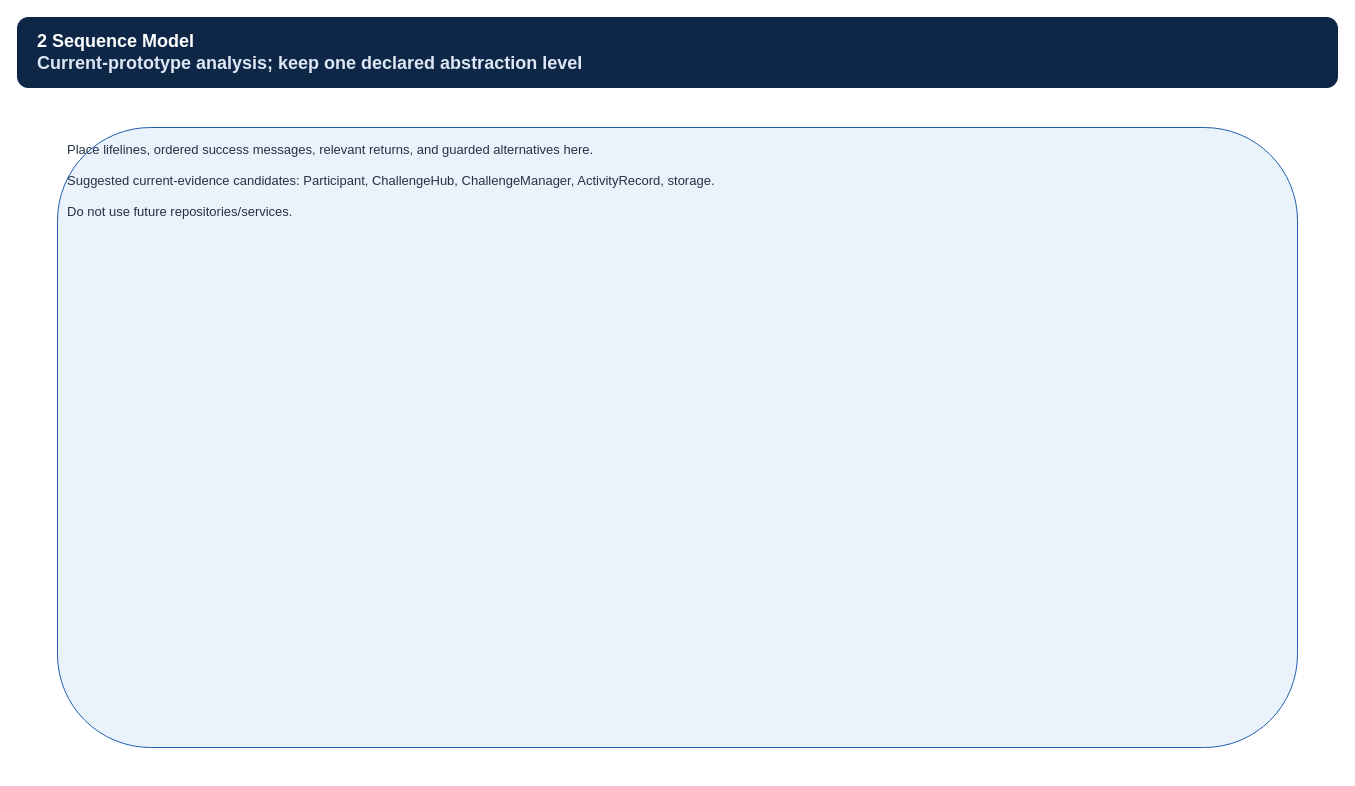
The draw.io diagram page "2 Sequence Model" (2 of 5) of outputs/Final_Project/Team01_ProjectOutput2_InteractionBehavioral.drawio in rjhylb/ChallengeHub, before the edit. Source tidied: cells renumbered, new cells numbered last; positions are measured from the earlier drawing's top-left corner, leaving out a move shared by most shapes. Both pictures are drawn from the tidied source at 100%, with x=0, y=0 at pixel (17, 17).
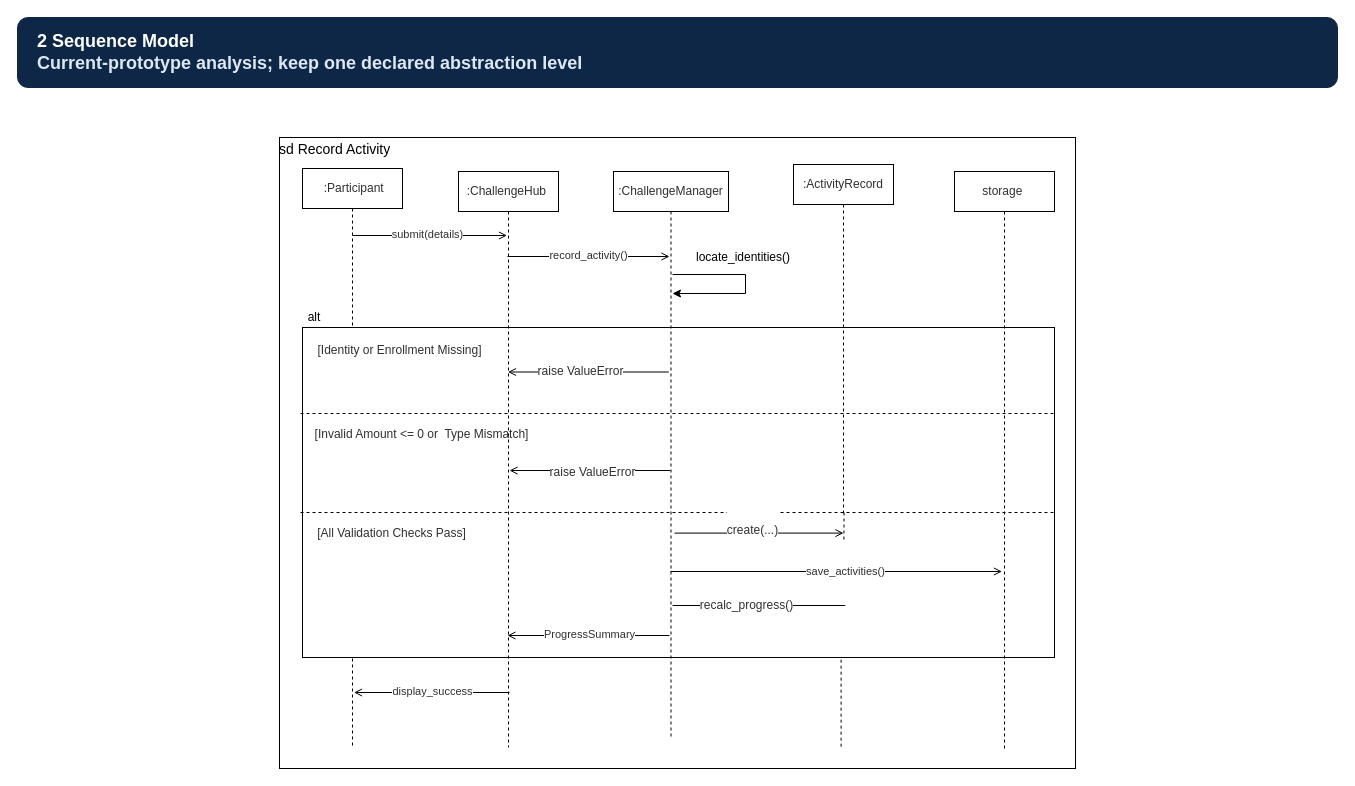
After the change.

The edit, as a diff of the source:
```diff
@@
-    <mxCell id="3" value="Place lifelines, ordered success messages, relevant returns, and guarded alternatives here.&lt;br&gt;&lt;br&gt;Suggested current-evidence candidates: Participant, ChallengeHub, ChallengeManager, ActivityRecord, storage.&lt;br&gt;&lt;br&gt;Do not use future repositories/services." style="rounded=1;whiteSpace=wrap;html=1;fillColor=#eaf2fb;strokeColor=#1f5fae;fontColor=#243247;fontSize=13;align=left;verticalAlign=top;spacing=10;" parent="1" vertex="1">
-      <mxGeometry x="40" y="110" width="1240" height="620" as="geometry" />
-    </mxCell>
+    <mxCell id="4" value="&lt;p style=&quot;margin: 4px 0px 0px;&quot;&gt;&lt;font style=&quot;font-size: 14px;&quot;&gt;sd Record Activity&lt;/font&gt;&lt;/p&gt;" style="verticalAlign=top;align=left;overflow=fill;html=1;whiteSpace=wrap;" parent="1" vertex="1">
+      <mxGeometry x="262" y="120" width="796" height="631" as="geometry" />
+    </mxCell>
+    <mxCell id="5" value="&lt;pre dir=&quot;ltr&quot; style=&quot;color: rgb(48, 48, 48); text-align: start; background-color: rgb(255, 255, 255);&quot;&gt;&lt;pre dir=&quot;ltr&quot; style=&quot;color: rgb(48, 48, 48); background-color: rgb(255, 255, 255);&quot;&gt;&lt;code&gt;&lt;font face=&quot;Helvetica&quot;&gt; :Participant&lt;/font&gt;&lt;/code&gt;&lt;/pre&gt;&lt;/pre&gt;" style="shape=umlLifeline;perimeter=lifelinePerimeter;whiteSpace=wrap;html=1;newEdgeStyle={&quot;edgeStyle&quot;:&quot;elbowEdgeStyle&quot;,&quot;elbow&quot;:&quot;vertical&quot;,&quot;curved&quot;:0,&quot;rounded&quot;:0};" parent="1" vertex="1">
+      <mxGeometry x="285" y="151" width="100" height="579" as="geometry" />
+    </mxCell>
+    <mxCell id="6" style="html=1;verticalAlign=bottom;startArrow=none;endArrow=open;endFill=0;rounded=0;" parent="1" edge="1">
+      <mxGeometry relative="1" as="geometry">
+        <mxPoint x="335" y="218" as="sourcePoint" />
+        <mxPoint x="489.5" y="218" as="targetPoint" />
+      </mxGeometry>
+    </mxCell>
+    <mxCell id="7" value="&lt;pre dir=&quot;ltr&quot; style=&quot;color: rgb(48, 48, 48); text-align: start;&quot;&gt;&lt;code style=&quot;&quot;&gt;&lt;font face=&quot;Helvetica&quot;&gt;submit(details)&lt;/font&gt;&lt;/code&gt;&lt;/pre&gt;" style="edgeLabel;html=1;align=center;verticalAlign=middle;" parent="6" vertex="1">
+      <mxGeometry x="-0.04" y="1" relative="1" as="geometry" />
+    </mxCell>
+    <mxCell id="8" style="html=1;verticalAlign=bottom;startArrow=none;endArrow=open;endFill=0;rounded=0;" parent="1" edge="1">
+      <mxGeometry relative="1" as="geometry">
+        <mxPoint x="490" y="239" as="sourcePoint" />
+        <mxPoint x="652" y="239" as="targetPoint" />
+      </mxGeometry>
+    </mxCell>
+    <mxCell id="9" value="&lt;pre dir=&quot;ltr&quot; style=&quot;color: rgb(48, 48, 48); text-align: start;&quot;&gt;&lt;code style=&quot;&quot;&gt;&lt;font face=&quot;Helvetica&quot;&gt;record_activity()&lt;/font&gt;&lt;/code&gt;&lt;/pre&gt;" style="edgeLabel;html=1;align=center;verticalAlign=middle;" parent="8" vertex="1">
+      <mxGeometry x="-0.16" relative="1" as="geometry">
+        <mxPoint x="12" y="-1" as="offset" />
+      </mxGeometry>
+    </mxCell>
+    <mxCell id="10" style="html=1;whiteSpace=wrap;" parent="1" vertex="1">
+      <mxGeometry x="285" y="310" width="752" height="330" as="geometry" />
+    </mxCell>
+    <mxCell id="11" value="alt" style="text;html=1;whiteSpace=wrap;strokeColor=none;fillColor=none;align=center;verticalAlign=middle;rounded=0;" parent="1" vertex="1">
+      <mxGeometry x="277" y="285" width="40" height="30" as="geometry" />
+    </mxCell>
+    <mxCell id="12" style="endArrow=none;dashed=1;html=1;rounded=0;exitX=0;exitY=0.116;exitDx=0;exitDy=0;exitPerimeter=0;entryX=1.003;entryY=0.113;entryDx=0;entryDy=0;entryPerimeter=0;" parent="1" edge="1">
+      <mxGeometry relative="1" as="geometry">
+        <mxPoint x="283" y="396" as="sourcePoint" />
+        <mxPoint x="1037" y="396" as="targetPoint" />
+      </mxGeometry>
+    </mxCell>
+    <mxCell id="13" style="endArrow=none;dashed=1;html=1;rounded=0;exitX=0;exitY=0.116;exitDx=0;exitDy=0;exitPerimeter=0;entryX=1.003;entryY=0.113;entryDx=0;entryDy=0;entryPerimeter=0;" parent="1" edge="1">
+      <mxGeometry relative="1" as="geometry">
+        <mxPoint x="283" y="495" as="sourcePoint" />
+        <mxPoint x="1037" y="495" as="targetPoint" />
+      </mxGeometry>
+    </mxCell>
+    <mxCell id="14" value="&lt;pre dir=&quot;ltr&quot; style=&quot;color: rgb(48, 48, 48); text-align: start; background-color: rgb(255, 255, 255);&quot;&gt;&lt;code style=&quot;&quot;&gt;&lt;font face=&quot;Helvetica&quot;&gt;[Identity or Enrollment Missing]&lt;/font&gt;&lt;/code&gt;&lt;/pre&gt;" style="text;html=1;whiteSpace=wrap;strokeColor=none;fillColor=none;align=center;verticalAlign=middle;rounded=0;" parent="1" vertex="1">
+      <mxGeometry x="282" y="318" width="201" height="30" as="geometry" />
+    </mxCell>
+    <mxCell id="15" value="&lt;pre dir=&quot;ltr&quot; style=&quot;color: rgb(48, 48, 48); text-align: start; background-color: rgb(255, 255, 255);&quot;&gt;&lt;pre dir=&quot;ltr&quot; style=&quot;&quot;&gt;&lt;code style=&quot;&quot;&gt;&lt;font face=&quot;Helvetica&quot;&gt;[Invalid Amount &amp;lt;= 0 or  Type Mismatch]&lt;/font&gt;&lt;/code&gt;&lt;/pre&gt;&lt;/pre&gt;" style="text;html=1;whiteSpace=wrap;strokeColor=none;fillColor=none;align=center;verticalAlign=middle;rounded=0;" parent="1" vertex="1">
+      <mxGeometry x="304" y="402" width="201" height="30" as="geometry" />
+    </mxCell>
+    <mxCell id="16" value="&lt;pre dir=&quot;ltr&quot; style=&quot;color: rgb(48, 48, 48); text-align: start; background-color: rgb(255, 255, 255);&quot;&gt;&lt;pre dir=&quot;ltr&quot; style=&quot;&quot;&gt;&lt;pre dir=&quot;ltr&quot; style=&quot;&quot;&gt;&lt;code style=&quot;&quot;&gt;&lt;font face=&quot;Helvetica&quot;&gt;[All Validation Checks Pass]&lt;/font&gt;&lt;/code&gt;&lt;/pre&gt;&lt;/pre&gt;&lt;/pre&gt;" style="text;html=1;whiteSpace=wrap;strokeColor=none;fillColor=none;align=center;verticalAlign=middle;rounded=0;" parent="1" vertex="1">
+      <mxGeometry x="274" y="501" width="201" height="30" as="geometry" />
+    </mxCell>
+    <mxCell id="17" value="&lt;pre dir=&quot;ltr&quot; style=&quot;color: rgb(48, 48, 48); text-align: start; background-color: rgb(255, 255, 255);&quot;&gt;&lt;code style=&quot;&quot;&gt;&lt;font face=&quot;Helvetica&quot;&gt;:ChallengeHub &lt;/font&gt;&lt;/code&gt;&lt;/pre&gt;" style="shape=umlLifeline;perimeter=lifelinePerimeter;whiteSpace=wrap;html=1;outlineConnect=0;portConstraint=eastwest;newEdgeStyle={&quot;edgeStyle&quot;:&quot;elbowEdgeStyle&quot;,&quot;elbow&quot;:&quot;vertical&quot;,&quot;curved&quot;:0,&quot;rounded&quot;:0};" parent="1" vertex="1">
+      <mxGeometry x="441" y="154" width="100" height="576" as="geometry" />
+    </mxCell>
+    <mxCell id="18" value="&lt;pre dir=&quot;ltr&quot; style=&quot;color: rgb(48, 48, 48); text-align: start; background-color: rgb(255, 255, 255);&quot;&gt;&lt;pre dir=&quot;ltr&quot; style=&quot;&quot;&gt;&lt;code style=&quot;&quot;&gt;&lt;font face=&quot;Helvetica&quot;&gt;:ChallengeManager&lt;/font&gt;&lt;/code&gt;&lt;/pre&gt;&lt;/pre&gt;" style="shape=umlLifeline;perimeter=lifelinePerimeter;whiteSpace=wrap;html=1;newEdgeStyle={&quot;edgeStyle&quot;:&quot;elbowEdgeStyle&quot;,&quot;elbow&quot;:&quot;vertical&quot;,&quot;curved&quot;:0,&quot;rounded&quot;:0};" parent="1" vertex="1">
+      <mxGeometry x="596" y="154" width="115" height="568" as="geometry" />
+    </mxCell>
+    <mxCell id="19" value="&lt;pre dir=&quot;ltr&quot; style=&quot;color: rgb(48, 48, 48); font-style: normal; font-variant-ligatures: normal; font-variant-caps: normal; font-weight: 400; letter-spacing: normal; orphans: 2; text-indent: 0px; text-transform: none; widows: 2; word-spacing: 0px; -webkit-text-stroke-width: 0px; background-color: rgb(255, 255, 255); text-decoration-thickness: initial; text-decoration-style: initial; text-decoration-color: initial;&quot;&gt;&lt;pre dir=&quot;ltr&quot; style=&quot;&quot;&gt;&lt;code style=&quot;&quot;&gt;&lt;font face=&quot;Helvetica&quot;&gt;storage &lt;/font&gt;&lt;/code&gt;&lt;/pre&gt;&lt;/pre&gt;" style="shape=umlLifeline;perimeter=lifelinePerimeter;whiteSpace=wrap;html=1;newEdgeStyle={&quot;edgeStyle&quot;:&quot;elbowEdgeStyle&quot;,&quot;elbow&quot;:&quot;vertical&quot;,&quot;curved&quot;:0,&quot;rounded&quot;:0};align=center;verticalAlign=middle;" parent="1" vertex="1">
+      <mxGeometry x="937" y="154" width="100" height="579" as="geometry" />
+    </mxCell>
+    <mxCell id="20" style="html=1;verticalAlign=bottom;startArrow=none;endArrow=open;endFill=0;rounded=0;" parent="1" edge="1" target="17">
+      <mxGeometry relative="1" as="geometry">
+        <mxPoint x="651.3" y="354.5" as="sourcePoint" />
+      </mxGeometry>
+    </mxCell>
+    <mxCell id="21" value="&lt;pre dir=&quot;ltr&quot; style=&quot;color: rgb(48, 48, 48); text-align: start;&quot;&gt;&lt;pre dir=&quot;ltr&quot; style=&quot;&quot;&gt;&lt;code style=&quot;&quot;&gt;&lt;font face=&quot;Helvetica&quot; style=&quot;font-size: 12px;&quot;&gt;raise ValueError&lt;br&gt;&lt;br&gt;&lt;/font&gt;&lt;/code&gt;&lt;/pre&gt;&lt;/pre&gt;" style="edgeLabel;html=1;align=center;verticalAlign=middle;" parent="20" vertex="1">
+      <mxGeometry x="-0.14" relative="1" as="geometry">
+        <mxPoint x="-20" y="7" as="offset" />
+      </mxGeometry>
+    </mxCell>
+    <mxCell id="22" style="html=1;verticalAlign=bottom;startArrow=none;endArrow=open;endFill=0;rounded=0;" parent="1" edge="1">
+      <mxGeometry relative="1" as="geometry">
+        <mxPoint x="652.8" y="453" as="sourcePoint" />
+        <mxPoint x="492" y="453" as="targetPoint" />
+      </mxGeometry>
+    </mxCell>
+    <mxCell id="23" value="&lt;pre dir=&quot;ltr&quot; style=&quot;color: rgb(48, 48, 48); text-align: start;&quot;&gt;&lt;pre dir=&quot;ltr&quot; style=&quot;&quot;&gt;&lt;pre dir=&quot;ltr&quot; style=&quot;&quot;&gt;&lt;code style=&quot;&quot;&gt;&lt;font face=&quot;Helvetica&quot; style=&quot;font-size: 12px;&quot;&gt;raise ValueError&lt;/font&gt;&lt;/code&gt;&lt;/pre&gt;&lt;/pre&gt;&lt;/pre&gt;" style="edgeLabel;html=1;align=center;verticalAlign=middle;" parent="22" vertex="1">
+      <mxGeometry x="-0.14" relative="1" as="geometry">
+        <mxPoint x="-9" y="1" as="offset" />
+      </mxGeometry>
+    </mxCell>
+    <mxCell id="24" style="endArrow=none;dashed=1;html=1;rounded=0;exitX=0.474;exitY=0.999;exitDx=0;exitDy=0;exitPerimeter=0;" parent="1" edge="1">
+      <mxGeometry relative="1" as="geometry">
+        <mxPoint x="826" y="576" as="sourcePoint" />
+        <mxPoint x="826.6" y="493.4" as="targetPoint" />
+      </mxGeometry>
+    </mxCell>
+    <mxCell id="25" style="html=1;verticalAlign=bottom;startArrow=none;endArrow=open;endFill=0;rounded=0;" parent="1" edge="1">
+      <mxGeometry relative="1" as="geometry">
+        <mxPoint x="652" y="618" as="sourcePoint" />
+        <mxPoint x="490" y="618" as="targetPoint" />
+      </mxGeometry>
+    </mxCell>
+    <mxCell id="26" value="&lt;pre dir=&quot;ltr&quot; style=&quot;color: rgb(48, 48, 48); text-align: start;&quot;&gt;&lt;pre dir=&quot;ltr&quot; style=&quot;&quot;&gt;&lt;code style=&quot;&quot;&gt;&lt;font face=&quot;Helvetica&quot;&gt;ProgressSummary&lt;/font&gt;&lt;/code&gt;&lt;/pre&gt;&lt;/pre&gt;" style="edgeLabel;html=1;align=center;verticalAlign=middle;" parent="25" vertex="1">
+      <mxGeometry x="-0.16" relative="1" as="geometry">
+        <mxPoint x="-13" y="-1" as="offset" />
+      </mxGeometry>
+    </mxCell>
+    <mxCell id="27" style="html=1;verticalAlign=bottom;startArrow=none;endArrow=open;endFill=0;rounded=0;" parent="1" edge="1">
+      <mxGeometry relative="1" as="geometry">
+        <mxPoint x="492" y="675" as="sourcePoint" />
+        <mxPoint x="336.5" y="675" as="targetPoint" />
+      </mxGeometry>
+    </mxCell>
+    <mxCell id="28" value="&lt;pre dir=&quot;ltr&quot; style=&quot;color: rgb(48, 48, 48); text-align: start;&quot;&gt;&lt;pre dir=&quot;ltr&quot; style=&quot;&quot;&gt;&lt;code style=&quot;&quot;&gt;&lt;font face=&quot;Helvetica&quot;&gt;display_success&lt;/font&gt;&lt;/code&gt;&lt;/pre&gt;&lt;/pre&gt;" style="edgeLabel;html=1;align=center;verticalAlign=middle;" parent="27" vertex="1">
+      <mxGeometry x="-0.16" relative="1" as="geometry">
+        <mxPoint x="-13" y="-1" as="offset" />
+      </mxGeometry>
+    </mxCell>
+    <mxCell id="29" style="html=1;verticalAlign=bottom;startArrow=none;endArrow=open;endFill=0;rounded=0;" parent="1" edge="1">
+      <mxGeometry relative="1" as="geometry">
+        <mxPoint x="657" y="515.6" as="sourcePoint" />
+        <mxPoint x="826" y="515.6" as="targetPoint" />
+      </mxGeometry>
+    </mxCell>
+    <mxCell id="30" value="&lt;pre dir=&quot;ltr&quot; style=&quot;color: rgb(48, 48, 48); text-align: start;&quot;&gt;&lt;pre dir=&quot;ltr&quot; style=&quot;&quot;&gt;&lt;code style=&quot;&quot;&gt;&lt;font face=&quot;Helvetica&quot; style=&quot;font-size: 12px;&quot;&gt;create(...)&lt;/font&gt;&lt;/code&gt;&lt;/pre&gt;&lt;/pre&gt;" style="edgeLabel;html=1;align=center;verticalAlign=middle;" parent="29" vertex="1">
+      <mxGeometry x="-0.14" relative="1" as="geometry">
+        <mxPoint x="4" y="-3" as="offset" />
+      </mxGeometry>
+    </mxCell>
+    <mxCell id="31" style="html=1;verticalAlign=bottom;startArrow=none;endArrow=open;endFill=0;rounded=0;" parent="1" edge="1">
+      <mxGeometry relative="1" as="geometry">
+        <mxPoint x="653" y="554" as="sourcePoint" />
+        <mxPoint x="984.5" y="554" as="targetPoint" />
+      </mxGeometry>
+    </mxCell>
+    <mxCell id="32" value="&lt;font&gt;&lt;br&gt;&lt;/font&gt;&lt;pre dir=&quot;ltr&quot; style=&quot;color: rgb(48, 48, 48); font-style: normal; font-variant-ligatures: normal; font-variant-caps: normal; font-weight: 400; letter-spacing: normal; orphans: 2; text-align: start; text-indent: 0px; text-transform: none; widows: 2; word-spacing: 0px; -webkit-text-stroke-width: 0px; background-color: rgb(255, 255, 255); text-decoration-thickness: initial; text-decoration-style: initial; text-decoration-color: initial;&quot;&gt;&lt;code&gt;&lt;font face=&quot;Helvetica&quot;&gt;save_activities()&lt;/font&gt;&lt;/code&gt;&lt;/pre&gt;&lt;font&gt;&lt;br&gt;&lt;/font&gt;" style="edgeLabel;html=1;align=center;verticalAlign=middle;" parent="31" vertex="1">
+      <mxGeometry x="-0.14" relative="1" as="geometry">
+        <mxPoint x="31" as="offset" />
+      </mxGeometry>
+    </mxCell>
+    <mxCell id="33" style="endArrow=none;html=1;rounded=0;" parent="1" edge="1">
+      <mxGeometry relative="1" as="geometry">
+        <mxPoint x="655" y="588" as="sourcePoint" />
+        <mxPoint x="827.8" y="588" as="targetPoint" />
+      </mxGeometry>
+    </mxCell>
+    <mxCell id="34" value="&lt;pre dir=&quot;ltr&quot; style=&quot;color: rgb(48, 48, 48); text-align: start;&quot;&gt;&lt;code style=&quot;&quot;&gt;&lt;font face=&quot;Helvetica&quot; style=&quot;font-size: 12px;&quot;&gt;recalc_progress()&lt;/font&gt;&lt;/code&gt;&lt;/pre&gt;" style="edgeLabel;html=1;align=center;verticalAlign=middle;" parent="33" vertex="1">
+      <mxGeometry x="-0.15" y="1" relative="1" as="geometry" />
+    </mxCell>
+    <mxCell id="35" style="endArrow=none;dashed=1;html=1;rounded=0;" parent="1" edge="1">
+      <mxGeometry relative="1" as="geometry">
+        <mxPoint x="823.6" y="729.2" as="sourcePoint" />
+        <mxPoint x="823.6" y="640" as="targetPoint" />
+      </mxGeometry>
+    </mxCell>
+    <mxCell id="36" value="&lt;font face=&quot;Helvetica&quot;&gt;&lt;br&gt;&lt;/font&gt;&lt;pre dir=&quot;ltr&quot; style=&quot;color: rgb(48, 48, 48); font-style: normal; font-variant-ligatures: normal; font-variant-caps: normal; font-weight: 400; letter-spacing: normal; orphans: 2; text-align: start; text-indent: 0px; text-transform: none; widows: 2; word-spacing: 0px; -webkit-text-stroke-width: 0px; background-color: rgb(255, 255, 255); text-decoration-thickness: initial; text-decoration-style: initial; text-decoration-color: initial;&quot;&gt;&lt;code&gt;&lt;font face=&quot;Helvetica&quot;&gt;:ActivityRecord&lt;/font&gt;&lt;/code&gt;&lt;/pre&gt;&lt;font face=&quot;Helvetica&quot;&gt;&lt;br&gt;&lt;/font&gt;" style="shape=umlLifeline;perimeter=lifelinePerimeter;whiteSpace=wrap;html=1;newEdgeStyle={&quot;edgeStyle&quot;:&quot;elbowEdgeStyle&quot;,&quot;elbow&quot;:&quot;vertical&quot;,&quot;curved&quot;:0,&quot;rounded&quot;:0};" parent="1" vertex="1">
+      <mxGeometry x="776" y="147" width="100" height="350" as="geometry" />
+    </mxCell>
+    <mxCell id="37" style="endArrow=classic;html=1;rounded=0;edgeStyle=orthogonalEdgeStyle;libavoidRouting=1;" parent="1" edge="1">
+      <mxGeometry relative="1" as="geometry">
+        <mxPoint x="655" y="257" as="sourcePoint" />
+        <mxPoint x="655" y="276" as="targetPoint" />
+        <Array as="points">
+          <mxPoint x="728" y="257" />
+          <mxPoint x="728" y="276" />
+        </Array>
+      </mxGeometry>
+    </mxCell>
+    <mxCell id="38" value="locate_identities()" style="text;html=1;whiteSpace=wrap;strokeColor=none;fillColor=none;align=center;verticalAlign=middle;rounded=0;" parent="1" vertex="1">
+      <mxGeometry x="696" y="225" width="60" height="30" as="geometry" />
+    </mxCell>
```
